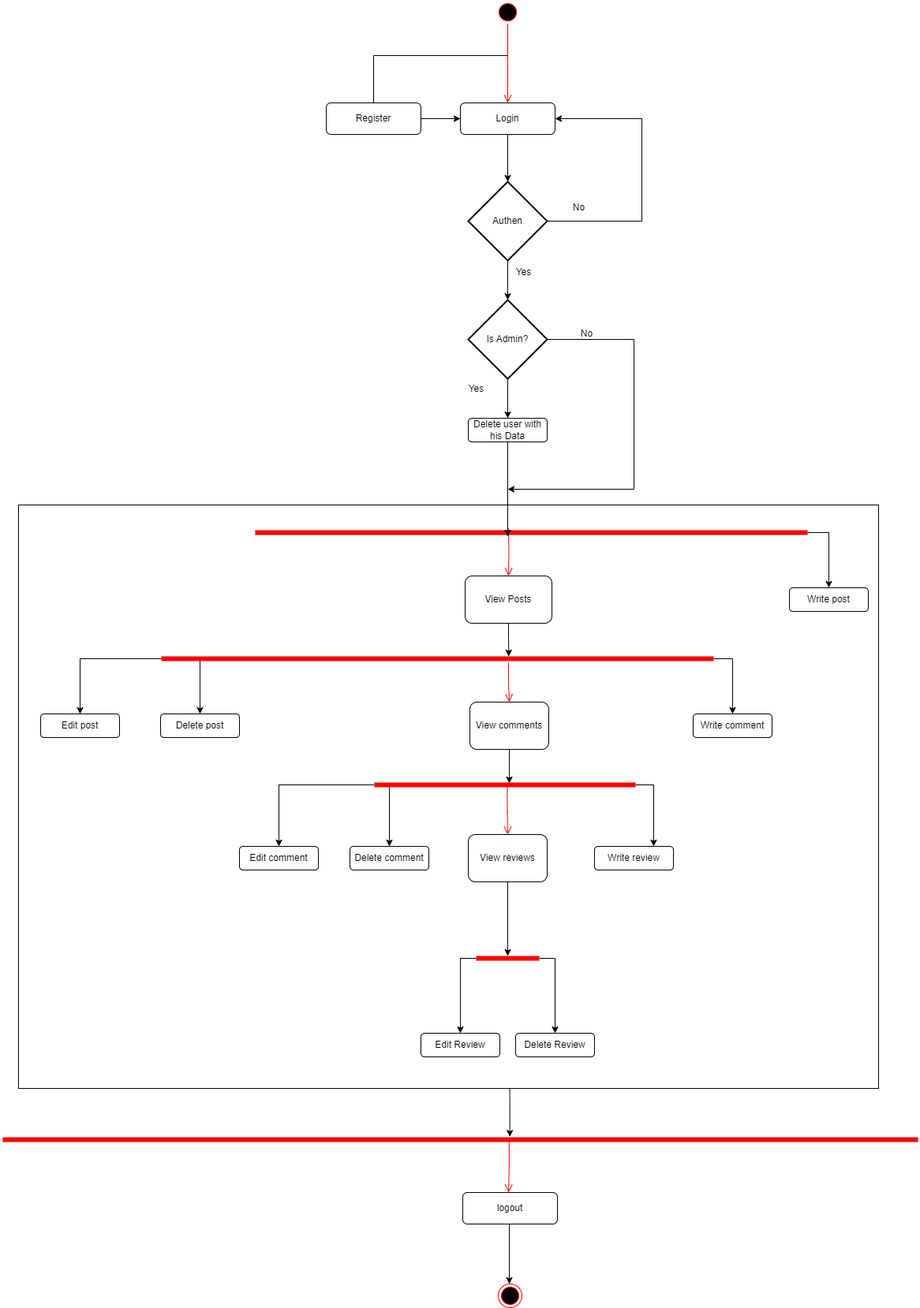
Before: Activity Diagram.drawio.png, a diagram exported from draw.io (HebaAli48/Node.jsSocialMediaProject). Source tidied: cells renumbered, new cells last; positions are measured from the earlier drawing's top-left corner, leaving out a move shared by most shapes.
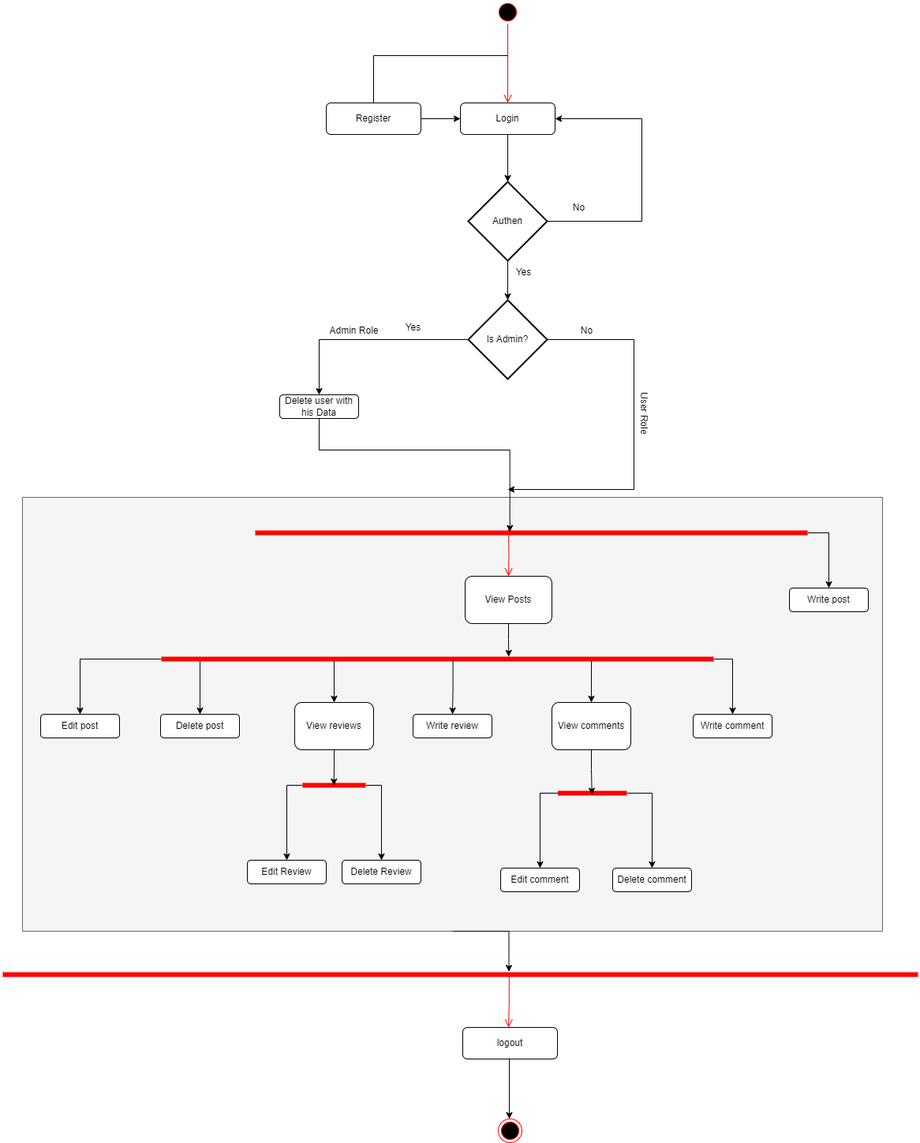
After the change.

What changed in the source:
```diff
@@ -2,8 +2,8 @@
   <root>
     <mxCell id="0" />
     <mxCell id="1" parent="0" />
-    <mxCell id="2" style="rounded=0;whiteSpace=wrap;html=1;" parent="1" vertex="1">
-      <mxGeometry x="20" y="640" width="1090" height="740" as="geometry" />
+    <mxCell id="2" style="rounded=0;whiteSpace=wrap;html=1;fillColor=#f5f5f5;fontColor=#333333;strokeColor=#666666;" parent="1" vertex="1">
+      <mxGeometry x="25" y="630" width="1090" height="550" as="geometry" />
     </mxCell>
     <mxCell id="3" style="ellipse;html=1;shape=startState;fillColor=#000000;strokeColor=#ff0000;" parent="1" vertex="1">
       <mxGeometry x="625" width="30" height="30" as="geometry" />
@@ -46,7 +46,7 @@
       <mxGeometry x="586" y="730" width="110" height="60" as="geometry" />
     </mxCell>
     <mxCell id="13" value="View comments" style="rounded=1;whiteSpace=wrap;html=1;" parent="1" vertex="1">
-      <mxGeometry x="592" y="890" width="100" height="60" as="geometry" />
+      <mxGeometry x="696" y="890" width="100" height="60" as="geometry" />
     </mxCell>
     <mxCell id="14" value="Edit post" style="rounded=1;whiteSpace=wrap;html=1;" parent="1" vertex="1">
       <mxGeometry x="48" y="905" width="100" height="30" as="geometry" />
@@ -55,10 +55,10 @@
       <mxGeometry x="200" y="905" width="100" height="30" as="geometry" />
     </mxCell>
     <mxCell id="16" value="Edit comment" style="rounded=1;whiteSpace=wrap;html=1;" parent="1" vertex="1">
-      <mxGeometry x="300" y="1073" width="100" height="30" as="geometry" />
+      <mxGeometry x="631" y="1100" width="100" height="30" as="geometry" />
     </mxCell>
     <mxCell id="17" value="Delete comment" style="rounded=1;whiteSpace=wrap;html=1;" parent="1" vertex="1">
-      <mxGeometry x="440" y="1073" width="100" height="30" as="geometry" />
+      <mxGeometry x="773" y="1100" width="100" height="30" as="geometry" />
     </mxCell>
     <mxCell id="18" style="edgeStyle=orthogonalEdgeStyle;rounded=0;jettySize=auto;html=1;exitX=1;exitY=0.5;exitDx=0;exitDy=0;exitPerimeter=0;entryX=0.5;entryY=0;entryDx=0;entryDy=0;" parent="1" edge="1" source="19" target="56">
       <mxGeometry relative="1" as="geometry" />
@@ -71,20 +71,17 @@
         <mxPoint x="641" y="670" as="sourcePoint" />
       </mxGeometry>
     </mxCell>
-    <mxCell id="21" value="View reviews" style="rounded=1;whiteSpace=wrap;html=1;" parent="1" vertex="1">
-      <mxGeometry x="590" y="1058" width="100" height="60" as="geometry" />
-    </mxCell>
     <mxCell id="22" value="Write comment" style="rounded=1;whiteSpace=wrap;html=1;" parent="1" vertex="1">
       <mxGeometry x="875" y="905" width="100" height="30" as="geometry" />
     </mxCell>
     <mxCell id="23" value="Edit Review" style="rounded=1;whiteSpace=wrap;html=1;" parent="1" vertex="1">
-      <mxGeometry x="530" y="1310" width="100" height="30" as="geometry" />
+      <mxGeometry x="310" y="1090" width="100" height="30" as="geometry" />
     </mxCell>
     <mxCell id="24" value="Delete Review" style="rounded=1;whiteSpace=wrap;html=1;" parent="1" vertex="1">
-      <mxGeometry x="650" y="1310" width="100" height="30" as="geometry" />
+      <mxGeometry x="430" y="1090" width="100" height="30" as="geometry" />
     </mxCell>
     <mxCell id="25" value="Write review" style="rounded=1;whiteSpace=wrap;html=1;" parent="1" vertex="1">
-      <mxGeometry x="750" y="1073" width="100" height="30" as="geometry" />
+      <mxGeometry x="520" y="905" width="100" height="30" as="geometry" />
     </mxCell>
     <mxCell id="26" style="edgeStyle=orthogonalEdgeStyle;rounded=0;jettySize=auto;html=1;exitX=0.25;exitY=0.5;exitDx=0;exitDy=0;exitPerimeter=0;entryX=0.5;entryY=0;entryDx=0;entryDy=0;" parent="1" edge="1" source="29" target="15">
       <mxGeometry relative="1" as="geometry">
@@ -99,32 +96,31 @@
     <mxCell id="28" style="edgeStyle=orthogonalEdgeStyle;rounded=0;jettySize=auto;html=1;exitX=1;exitY=0.5;exitDx=0;exitDy=0;exitPerimeter=0;entryX=0.5;entryY=0;entryDx=0;entryDy=0;" parent="1" edge="1" source="29" target="22">
       <mxGeometry relative="1" as="geometry" />
     </mxCell>
+    <mxCell id="59" style="edgeStyle=orthogonalEdgeStyle;rounded=0;jettySize=auto;html=1;exitX=0.25;exitY=0.5;exitDx=0;exitDy=0;exitPerimeter=0;entryX=0.5;entryY=0;entryDx=0;entryDy=0;" parent="1" edge="1" source="29" target="21">
+      <mxGeometry relative="1" as="geometry">
+        <Array as="points">
+          <mxPoint x="420" y="835" />
+        </Array>
+      </mxGeometry>
+    </mxCell>
+    <mxCell id="30" style="edgeStyle=orthogonalEdgeStyle;rounded=0;jettySize=auto;html=1;exitX=0.75;exitY=0.5;exitDx=0;exitDy=0;exitPerimeter=0;entryX=0.5;entryY=0;entryDx=0;entryDy=0;" parent="1" edge="1" source="29" target="13">
+      <mxGeometry relative="1" as="geometry">
+        <Array as="points">
+          <mxPoint x="746" y="835" />
+        </Array>
+      </mxGeometry>
+    </mxCell>
     <mxCell id="29" style="shape=line;html=1;strokeWidth=6;strokeColor=#ff0000;" parent="1" vertex="1">
       <mxGeometry x="201" y="830" width="700" height="10" as="geometry" />
     </mxCell>
-    <mxCell id="30" style="edgeStyle=orthogonalEdgeStyle;html=1;verticalAlign=bottom;endArrow=open;endSize=8;strokeColor=#ff0000;rounded=0;entryX=0.5;entryY=0;entryDx=0;entryDy=0;" parent="1" edge="1" source="29" target="13">
-      <mxGeometry relative="1" as="geometry">
-        <Array as="points">
-          <mxPoint x="641" y="865" />
-          <mxPoint x="641" y="865" />
-        </Array>
-      </mxGeometry>
-    </mxCell>
+    <mxCell id="32" style="edgeStyle=orthogonalEdgeStyle;rounded=0;jettySize=auto;html=1;exitX=0;exitY=0.5;exitDx=0;exitDy=0;exitPerimeter=0;entryX=0.5;entryY=0;entryDx=0;entryDy=0;" parent="1" edge="1" source="34" target="16">
+      <mxGeometry relative="1" as="geometry" />
+    </mxCell>
-    <mxCell id="31" style="edgeStyle=orthogonalEdgeStyle;rounded=0;jettySize=auto;html=1;exitX=0.25;exitY=0.5;exitDx=0;exitDy=0;exitPerimeter=0;" parent="1" edge="1" source="34" target="17">
-      <mxGeometry relative="1" as="geometry">
-        <Array as="points">
-          <mxPoint x="490" y="995" />
-        </Array>
-      </mxGeometry>
+    <mxCell id="31" style="edgeStyle=orthogonalEdgeStyle;rounded=0;jettySize=auto;html=1;exitX=1;exitY=0.5;exitDx=0;exitDy=0;exitPerimeter=0;entryX=0.5;entryY=0;entryDx=0;entryDy=0;" parent="1" edge="1" source="34" target="17">
+      <mxGeometry relative="1" as="geometry" />
     </mxCell>
-    <mxCell id="32" style="edgeStyle=orthogonalEdgeStyle;rounded=0;jettySize=auto;html=1;exitX=0;exitY=0.5;exitDx=0;exitDy=0;exitPerimeter=0;entryX=0.5;entryY=0;entryDx=0;entryDy=0;" parent="1" edge="1" source="34" target="16">
-      <mxGeometry relative="1" as="geometry" />
-    </mxCell>
-    <mxCell id="33" style="edgeStyle=orthogonalEdgeStyle;rounded=0;jettySize=auto;html=1;exitX=1;exitY=0.5;exitDx=0;exitDy=0;exitPerimeter=0;entryX=0.75;entryY=0;entryDx=0;entryDy=0;" parent="1" edge="1" source="34" target="25">
-      <mxGeometry relative="1" as="geometry" />
-    </mxCell>
     <mxCell id="34" style="shape=line;html=1;strokeWidth=6;strokeColor=#ff0000;" parent="1" vertex="1">
-      <mxGeometry x="471" y="990" width="331" height="10" as="geometry" />
+      <mxGeometry x="703.5" y="1000" width="87.5" height="10" as="geometry" />
     </mxCell>
     <mxCell id="35" style="edgeStyle=orthogonalEdgeStyle;rounded=0;jettySize=auto;html=1;exitX=1;exitY=0.5;exitDx=0;exitDy=0;exitPerimeter=0;" parent="1" edge="1" source="37" target="24">
       <mxGeometry relative="1" as="geometry" />
@@ -133,36 +129,28 @@
       <mxGeometry relative="1" as="geometry" />
     </mxCell>
     <mxCell id="37" style="shape=line;html=1;strokeWidth=6;strokeColor=#ff0000;" parent="1" vertex="1">
-      <mxGeometry x="600" y="1210" width="80" height="10" as="geometry" />
+      <mxGeometry x="380" y="990" width="80" height="10" as="geometry" />
     </mxCell>
-    <mxCell id="38" style="edgeStyle=orthogonalEdgeStyle;rounded=0;jettySize=auto;html=1;exitX=0.5;exitY=1;exitDx=0;exitDy=0;entryX=0.5;entryY=0.2;entryDx=0;entryDy=0;entryPerimeter=0;" parent="1" edge="1" source="21" target="37">
-      <mxGeometry relative="1" as="geometry" />
-    </mxCell>
     <mxCell id="39" style="edgeStyle=orthogonalEdgeStyle;rounded=0;orthogonalLoop=1;jettySize=auto;html=1;exitX=0.5;exitY=1;exitDx=0;exitDy=0;entryX=0.5;entryY=0;entryDx=0;entryDy=0;" parent="1" edge="1">
       <mxGeometry relative="1" as="geometry">
-        <mxPoint x="642" y="1552" as="sourcePoint" />
-        <mxPoint x="642" y="1628" as="targetPoint" />
+        <mxPoint x="642" y="1342" as="sourcePoint" />
+        <mxPoint x="642" y="1418" as="targetPoint" />
       </mxGeometry>
     </mxCell>
     <mxCell id="40" value="logout" style="rounded=1;whiteSpace=wrap;html=1;" parent="1" vertex="1">
-      <mxGeometry x="583" y="1512" width="120" height="40" as="geometry" />
+      <mxGeometry x="583" y="1302" width="120" height="40" as="geometry" />
     </mxCell>
     <mxCell id="41" style="ellipse;html=1;shape=endState;fillColor=#000000;strokeColor=#ff0000;" parent="1" vertex="1">
-      <mxGeometry x="628" y="1628" width="30" height="30" as="geometry" />
+      <mxGeometry x="628" y="1418" width="30" height="30" as="geometry" />
     </mxCell>
-    <mxCell id="42" style="edgeStyle=orthogonalEdgeStyle;rounded=0;jettySize=auto;html=1;exitX=0.5;exitY=1;exitDx=0;exitDy=0;exitPerimeter=0;entryX=0.5;entryY=0;entryDx=0;entryDy=0;" parent="1" edge="1" source="43" target="45">
+    <mxCell id="42" style="edgeStyle=orthogonalEdgeStyle;rounded=0;jettySize=auto;html=1;exitX=0;exitY=0.5;exitDx=0;exitDy=0;exitPerimeter=0;entryX=0.5;entryY=0;entryDx=0;entryDy=0;" parent="1" edge="1" source="43" target="45">
       <mxGeometry relative="1" as="geometry" />
     </mxCell>
     <mxCell id="43" value="Is Admin?" style="strokeWidth=2;html=1;shape=mxgraph.flowchart.decision;whiteSpace=wrap;" parent="1" vertex="1">
       <mxGeometry x="590" y="380" width="100" height="100" as="geometry" />
     </mxCell>
-    <mxCell id="44" style="edgeStyle=orthogonalEdgeStyle;rounded=0;jettySize=auto;html=1;exitX=0.5;exitY=1;exitDx=0;exitDy=0;" parent="1" edge="1" source="45">
-      <mxGeometry relative="1" as="geometry">
-        <mxPoint x="640" y="680" as="targetPoint" />
-      </mxGeometry>
-    </mxCell>
     <mxCell id="45" value="Delete user with his Data" style="rounded=1;whiteSpace=wrap;html=1;" parent="1" vertex="1">
-      <mxGeometry x="590" y="530" width="100" height="30" as="geometry" />
+      <mxGeometry x="351" y="500" width="100" height="30" as="geometry" />
     </mxCell>
     <mxCell id="46" style="endArrow=classic;html=1;rounded=0;exitX=1;exitY=0.5;exitDx=0;exitDy=0;exitPerimeter=0;" parent="1" edge="1" source="43">
       <mxGeometry relative="1" as="geometry">
@@ -177,10 +165,10 @@
       <mxGeometry relative="1" as="geometry" />
     </mxCell>
     <mxCell id="48" value="Yes" style="text;html=1;align=center;verticalAlign=middle;strokeColor=none;fillColor=none;" parent="1" vertex="1">
-      <mxGeometry x="580" y="478" width="40" height="30" as="geometry" />
+      <mxGeometry x="500" y="400" width="40" height="30" as="geometry" />
     </mxCell>
     <mxCell id="49" value="No" style="text;html=1;align=center;verticalAlign=middle;strokeColor=none;fillColor=none;" parent="1" vertex="1">
-      <mxGeometry x="720" y="408" width="40" height="30" as="geometry" />
+      <mxGeometry x="720" y="404" width="40" height="30" as="geometry" />
     </mxCell>
     <mxCell id="50" value="No" style="text;html=1;align=center;verticalAlign=middle;strokeColor=none;fillColor=none;" parent="1" vertex="1">
       <mxGeometry x="710" y="248" width="40" height="30" as="geometry" />
@@ -189,35 +177,55 @@
       <mxGeometry x="640" y="330" width="40" height="30" as="geometry" />
     </mxCell>
     <mxCell id="52" style="shape=line;html=1;strokeWidth=6;strokeColor=#ff0000;" parent="1" vertex="1">
-      <mxGeometry y="1440" width="1160" height="10" as="geometry" />
+      <mxGeometry y="1230" width="1160" height="10" as="geometry" />
     </mxCell>
     <mxCell id="53" style="edgeStyle=orthogonalEdgeStyle;html=1;verticalAlign=bottom;endArrow=open;endSize=8;strokeColor=#ff0000;rounded=0;entryX=0.5;entryY=0;entryDx=0;entryDy=0;exitX=0.555;exitY=0.6;exitDx=0;exitDy=0;exitPerimeter=0;" parent="1" edge="1">
       <mxGeometry relative="1" as="geometry">
-        <mxPoint x="641.8" y="1446" as="sourcePoint" />
-        <mxPoint x="641" y="1512" as="targetPoint" />
+        <mxPoint x="641.8" y="1236" as="sourcePoint" />
+        <mxPoint x="641" y="1302" as="targetPoint" />
         <Array as="points">
-          <mxPoint x="642" y="1480" />
+          <mxPoint x="642" y="1270" />
         </Array>
       </mxGeometry>
     </mxCell>
-    <mxCell id="54" style="edgeStyle=orthogonalEdgeStyle;html=1;verticalAlign=bottom;endArrow=open;endSize=8;strokeColor=#ff0000;rounded=0;exitX=0.509;exitY=0.7;exitDx=0;exitDy=0;exitPerimeter=0;" parent="1" edge="1" source="34" target="21">
-      <mxGeometry relative="1" as="geometry" />
-    </mxCell>
-    <mxCell id="55" style="edgeStyle=orthogonalEdgeStyle;rounded=0;jettySize=auto;html=1;exitX=0.5;exitY=1;exitDx=0;exitDy=0;entryX=0.517;entryY=0.3;entryDx=0;entryDy=0;entryPerimeter=0;" parent="1" edge="1" source="13" target="34">
-      <mxGeometry relative="1" as="geometry" />
-    </mxCell>
     <mxCell id="56" value="Write post" style="rounded=1;whiteSpace=wrap;html=1;" parent="1" vertex="1">
       <mxGeometry x="997" y="745" width="100" height="30" as="geometry" />
     </mxCell>
     <mxCell id="57" style="edgeStyle=orthogonalEdgeStyle;rounded=0;jettySize=auto;html=1;exitX=0.5;exitY=1;exitDx=0;exitDy=0;entryX=0.629;entryY=0.2;entryDx=0;entryDy=0;entryPerimeter=0;" parent="1" edge="1" source="12" target="29">
       <mxGeometry relative="1" as="geometry" />
     </mxCell>
+    <mxCell id="21" value="View reviews" style="rounded=1;whiteSpace=wrap;html=1;" parent="1" vertex="1">
+      <mxGeometry x="370" y="890" width="100" height="60" as="geometry" />
+    </mxCell>
+    <mxCell id="60" style="edgeStyle=orthogonalEdgeStyle;rounded=0;jettySize=auto;html=1;exitX=0.528;exitY=0.506;exitDx=0;exitDy=0;entryX=0.5;entryY=0;entryDx=0;entryDy=0;exitPerimeter=0;" parent="1" edge="1" source="29" target="25">
+      <mxGeometry relative="1" as="geometry" />
+    </mxCell>
+    <mxCell id="38" style="edgeStyle=orthogonalEdgeStyle;rounded=0;jettySize=auto;html=1;exitX=0.5;exitY=1;exitDx=0;exitDy=0;entryX=0.496;entryY=0.506;entryDx=0;entryDy=0;entryPerimeter=0;" parent="1" edge="1" source="21" target="37">
+      <mxGeometry relative="1" as="geometry" />
+    </mxCell>
+    <mxCell id="55" style="edgeStyle=orthogonalEdgeStyle;rounded=0;jettySize=auto;html=1;exitX=0.5;exitY=1;exitDx=0;exitDy=0;entryX=0.494;entryY=0.682;entryDx=0;entryDy=0;entryPerimeter=0;" parent="1" edge="1" source="13" target="34">
+      <mxGeometry relative="1" as="geometry" />
+    </mxCell>
-    <mxCell id="58" style="edgeStyle=orthogonalEdgeStyle;rounded=0;jettySize=auto;html=1;exitX=0.5;exitY=1;exitDx=0;exitDy=0;entryX=0.554;entryY=0.129;entryDx=0;entryDy=0;entryPerimeter=0;" parent="1" edge="1" source="2" target="52">
+    <mxCell id="58" style="edgeStyle=orthogonalEdgeStyle;rounded=0;jettySize=auto;html=1;exitX=0.5;exitY=1;exitDx=0;exitDy=0;entryX=0.553;entryY=0.129;entryDx=0;entryDy=0;entryPerimeter=0;" parent="1" edge="1" source="2" target="52">
       <mxGeometry relative="1" as="geometry">
         <Array as="points">
-          <mxPoint x="643" y="1380" />
+          <mxPoint x="641" y="1180" />
         </Array>
       </mxGeometry>
     </mxCell>
+    <mxCell id="61" value="User Role" style="text;html=1;align=center;verticalAlign=middle;strokeColor=none;fillColor=none;rotation=90;" parent="1" vertex="1">
+      <mxGeometry x="773" y="508" width="80" height="30" as="geometry" />
+    </mxCell>
+    <mxCell id="62" value="Admin Role" style="text;html=1;align=center;verticalAlign=middle;strokeColor=none;fillColor=none;" parent="1" vertex="1">
+      <mxGeometry x="400" y="404" width="90" height="30" as="geometry" />
+    </mxCell>
+    <mxCell id="63" style="edgeStyle=orthogonalEdgeStyle;rounded=0;jettySize=auto;html=1;exitX=0.5;exitY=1;exitDx=0;exitDy=0;entryX=0.461;entryY=0.367;entryDx=0;entryDy=0;entryPerimeter=0;" parent="1" edge="1" source="45" target="19">
+      <mxGeometry relative="1" as="geometry">
+        <Array as="points">
+          <mxPoint x="401" y="570" />
+          <mxPoint x="643" y="570" />
+        </Array>
+      </mxGeometry>
+    </mxCell>
   </root>
 </mxGraphModel>
```
